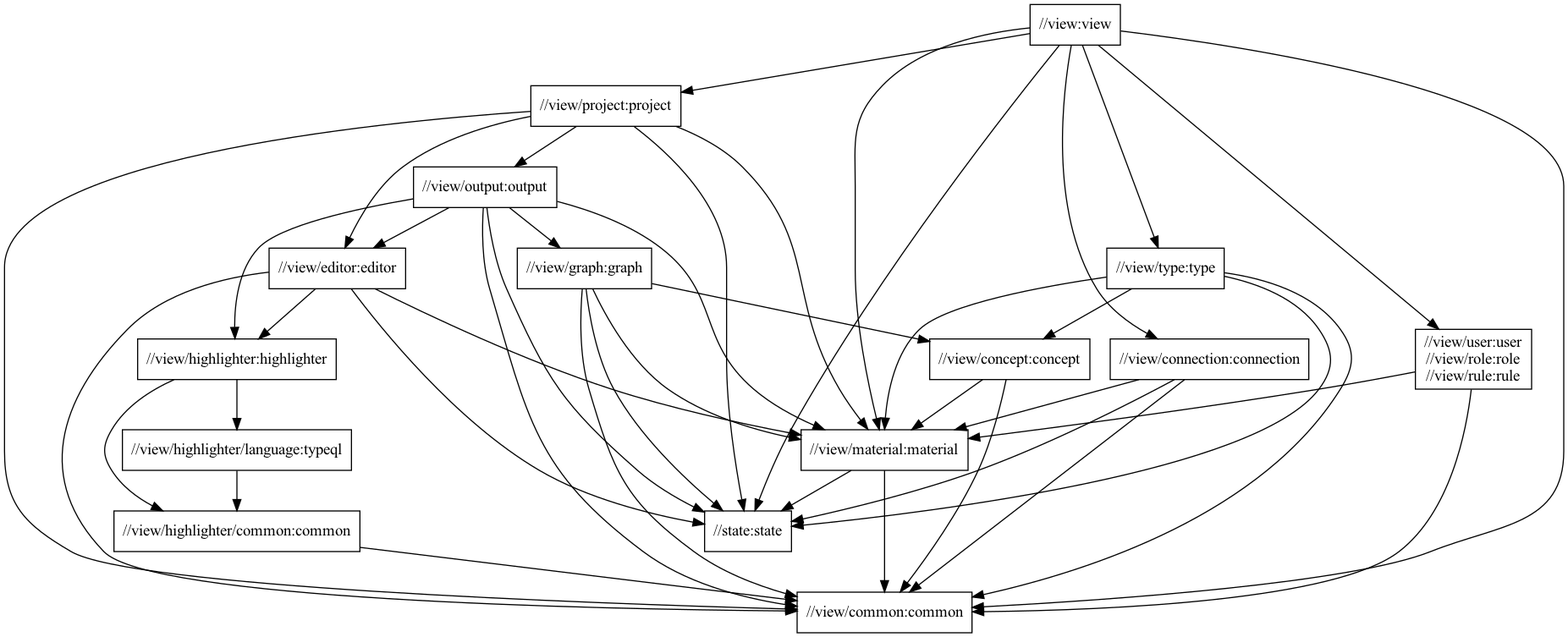
The Graphviz diagram docs/view-package-structure.png in typedb/typedb-studio, before a commit. Its source is kept beside it as docs/view-package-structure.dot.
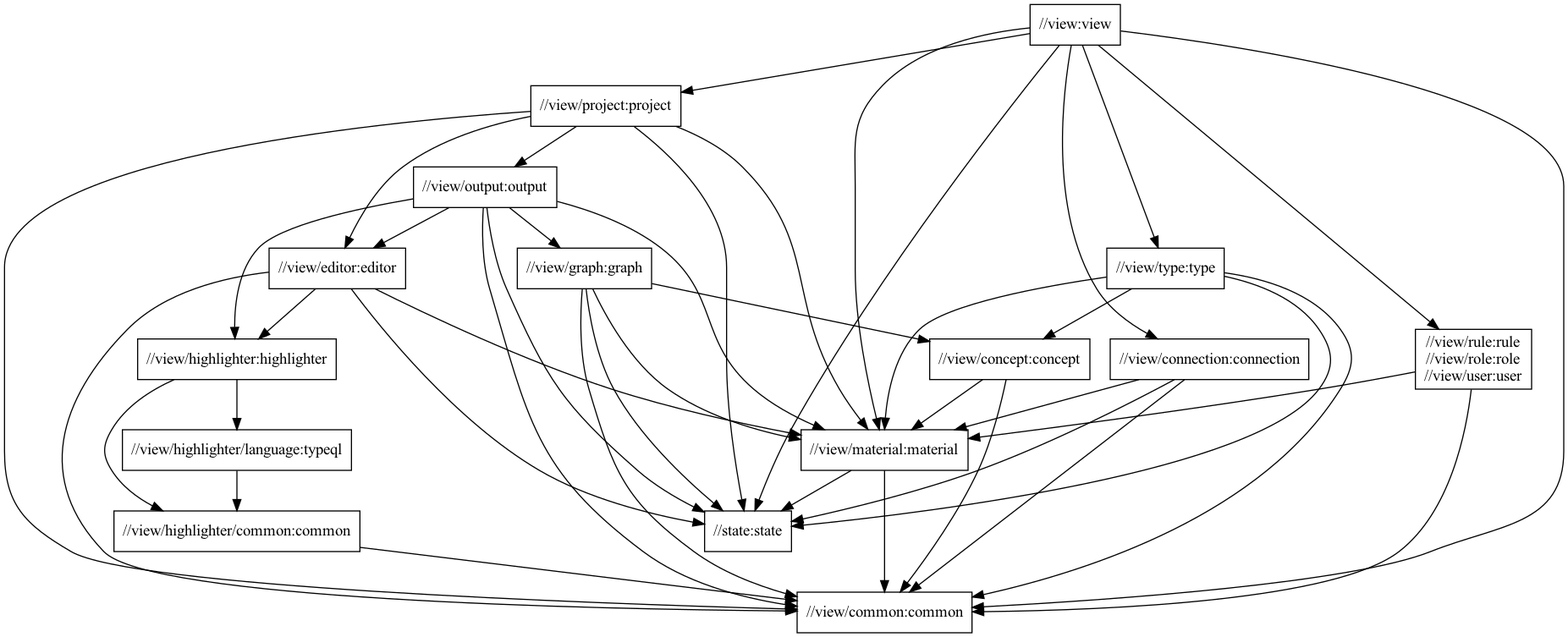
Later version of the same file.

Commit message:
Update package structure documentation

Change to the diagram source:
```diff
@@ -5,7 +5,7 @@
   "//view:view" -> "//view/connection:connection"
   "//view:view" -> "//view/material:material"
   "//view:view" -> "//view/project:project"
-  "//view:view" -> "//view/user:user\n//view/role:role\n//view/rule:rule"
+  "//view:view" -> "//view/rule:rule\n//view/role:role\n//view/user:user"
   "//view:view" -> "//view/type:type"
   "//view:view" -> "//state:state"
   "//view/type:type"
@@ -13,15 +13,19 @@
   "//view/type:type" -> "//view/concept:concept"
   "//view/type:type" -> "//view/material:material"
   "//view/type:type" -> "//state:state"
-  "//view/user:user\n//view/role:role\n//view/rule:rule"
-  "//view/user:user\n//view/role:role\n//view/rule:rule" -> "//view/common:common"
-  "//view/user:user\n//view/role:role\n//view/rule:rule" -> "//view/material:material"
+  "//view/rule:rule\n//view/role:role\n//view/user:user"
+  "//view/rule:rule\n//view/role:role\n//view/user:user" -> "//view/common:common"
+  "//view/rule:rule\n//view/role:role\n//view/user:user" -> "//view/material:material"
   "//view/project:project"
   "//view/project:project" -> "//view/common:common"
   "//view/project:project" -> "//view/editor:editor"
   "//view/project:project" -> "//view/material:material"
   "//view/project:project" -> "//view/output:output"
   "//view/project:project" -> "//state:state"
+  "//view/connection:connection"
+  "//view/connection:connection" -> "//view/common:common"
+  "//view/connection:connection" -> "//view/material:material"
+  "//view/connection:connection" -> "//state:state"
   "//view/output:output"
   "//view/output:output" -> "//view/common:common"
   "//view/output:output" -> "//view/editor:editor"
@@ -37,10 +41,6 @@
   "//view/concept:concept"
   "//view/concept:concept" -> "//view/common:common"
   "//view/concept:concept" -> "//view/material:material"
-  "//view/connection:connection"
-  "//view/connection:connection" -> "//view/common:common"
-  "//view/connection:connection" -> "//view/material:material"
-  "//view/connection:connection" -> "//state:state"
   "//view/editor:editor"
   "//view/editor:editor" -> "//view/common:common"
   "//view/editor:editor" -> "//view/highlighter:highlighter"
```
